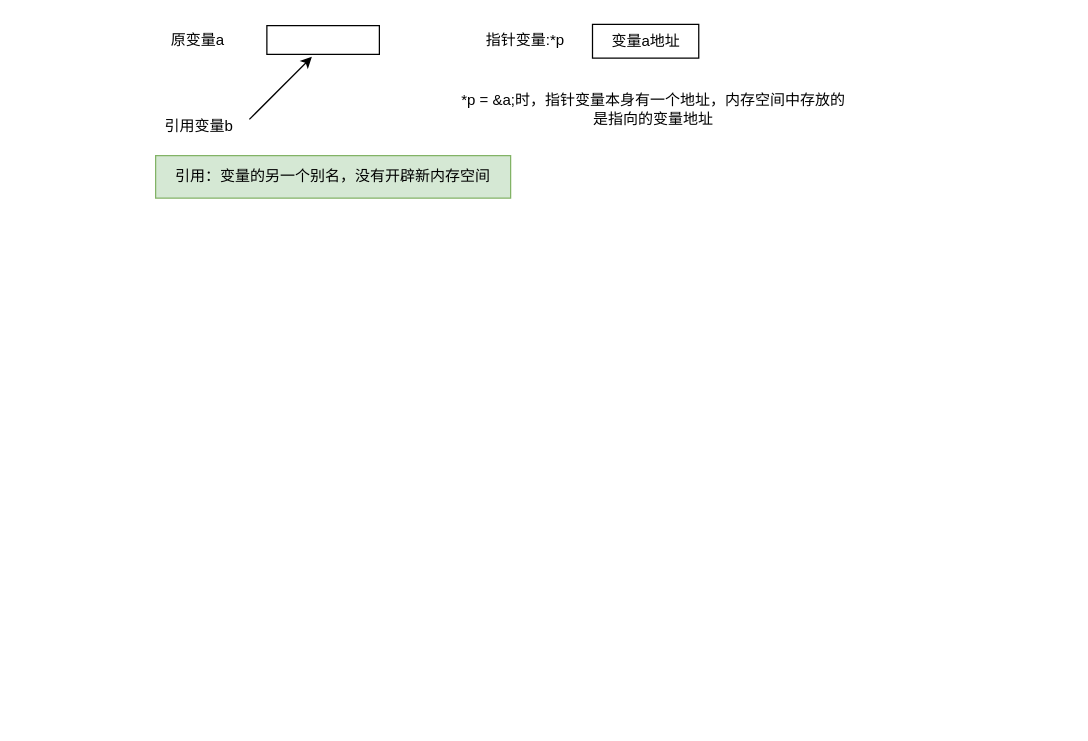
Earlier version of the draw.io diagram 未命名绘图.drawio (weibu01/a_drawio). Source tidied: cells renumbered, new cells numbered last; positions are measured from the earlier drawing's top-left corner, leaving out a move shared by most shapes. Both pictures are drawn from the tidied source at 125%, with x=0, y=0 at pixel (155, 20).
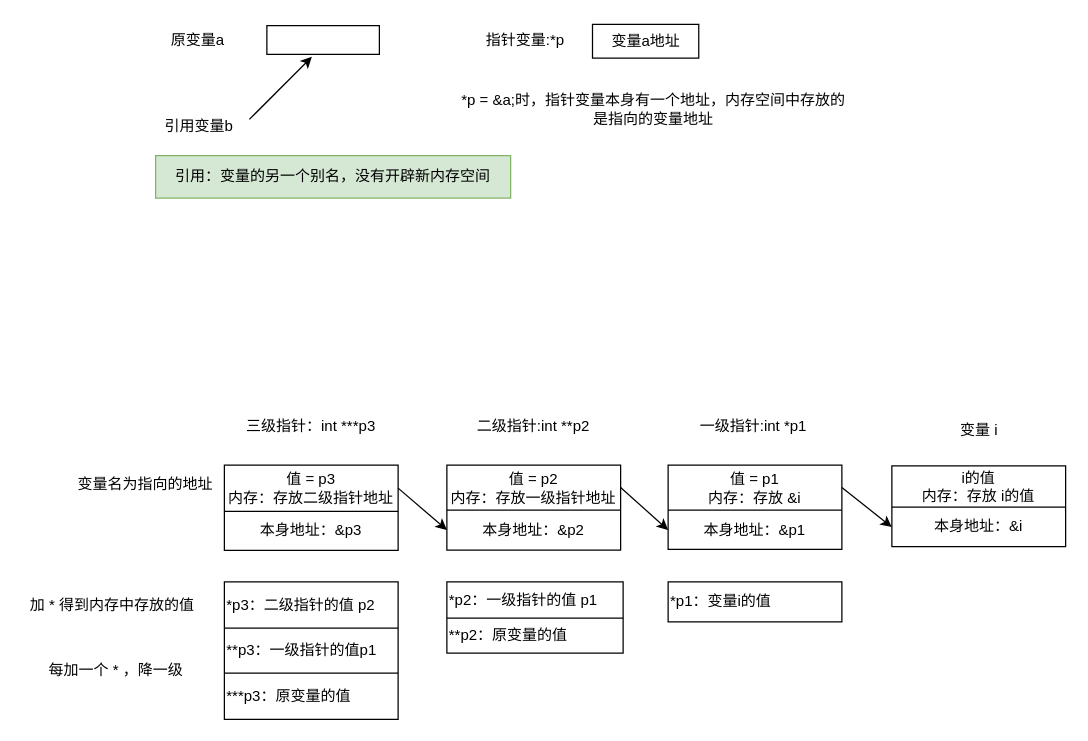
Above is the later version.

Commit message:
更新未命名绘图.drawio

Diff of the diagram source:
```diff
@@
+    <mxCell id="10" value="变量名为指向的地址" style="text;html=1;strokeColor=none;fillColor=none;align=center;verticalAlign=middle;whiteSpace=wrap;rounded=0;" parent="1" vertex="1">
+      <mxGeometry x="-69" y="358" width="122" height="26.5" as="geometry" />
+    </mxCell>
+    <mxCell id="11" value="加 * 得到内存中存放的值" style="text;html=1;strokeColor=none;fillColor=none;align=center;verticalAlign=middle;whiteSpace=wrap;rounded=0;" parent="1" vertex="1">
+      <mxGeometry x="-107" y="449" width="145" height="37" as="geometry" />
+    </mxCell>
+    <mxCell id="12" style="shape=table;startSize=0;childLayout=tableLayout;" parent="1" vertex="1">
+      <mxGeometry x="233" y="355.5" width="139" height="68" as="geometry" />
+    </mxCell>
+    <mxCell id="13" style="shape=tableRow;horizontal=0;startSize=0;swimlaneHead=0;swimlaneBody=0;strokeColor=inherit;top=0;left=0;bottom=0;right=0;fillColor=none;points=[[0,0.5],[1,0.5]];portConstraint=eastwest;" parent="12" vertex="1">
+      <mxGeometry width="139" height="36" as="geometry" />
+    </mxCell>
+    <mxCell id="14" value="值 = p2&lt;br&gt;内存：存放一级指针地址" style="shape=partialRectangle;html=1;whiteSpace=wrap;strokeColor=inherit;overflow=hidden;fillColor=none;top=0;left=0;bottom=0;right=0;" parent="13" vertex="1">
+      <mxGeometry width="139" height="36" as="geometry" />
+    </mxCell>
+    <mxCell id="15" style="shape=tableRow;horizontal=0;startSize=0;swimlaneHead=0;swimlaneBody=0;strokeColor=inherit;top=0;left=0;bottom=0;right=0;fillColor=none;points=[[0,0.5],[1,0.5]];portConstraint=eastwest;" parent="12" vertex="1">
+      <mxGeometry y="36" width="139" height="32" as="geometry" />
+    </mxCell>
+    <mxCell id="16" value="本身地址：&amp;amp;p2" style="shape=partialRectangle;html=1;whiteSpace=wrap;strokeColor=inherit;overflow=hidden;fillColor=none;top=0;left=0;bottom=0;right=0;" parent="15" vertex="1">
+      <mxGeometry width="139" height="32" as="geometry" />
+    </mxCell>
+    <mxCell id="17" style="shape=table;startSize=0;childLayout=tableLayout;" parent="1" vertex="1">
+      <mxGeometry x="410" y="355.5" width="139" height="67.5" as="geometry" />
+    </mxCell>
+    <mxCell id="18" style="shape=tableRow;horizontal=0;startSize=0;swimlaneHead=0;swimlaneBody=0;strokeColor=inherit;top=0;left=0;bottom=0;right=0;fillColor=none;points=[[0,0.5],[1,0.5]];portConstraint=eastwest;" parent="17" vertex="1">
+      <mxGeometry width="139" height="36" as="geometry" />
+    </mxCell>
+    <mxCell id="19" value="值 = p1&lt;br&gt;内存：存放 &amp;amp;i" style="shape=partialRectangle;html=1;whiteSpace=wrap;strokeColor=inherit;overflow=hidden;fillColor=none;top=0;left=0;bottom=0;right=0;" parent="18" vertex="1">
+      <mxGeometry width="139" height="36" as="geometry" />
+    </mxCell>
+    <mxCell id="20" style="shape=tableRow;horizontal=0;startSize=0;swimlaneHead=0;swimlaneBody=0;strokeColor=inherit;top=0;left=0;bottom=0;right=0;fillColor=none;points=[[0,0.5],[1,0.5]];portConstraint=eastwest;" parent="17" vertex="1">
+      <mxGeometry y="36" width="139" height="32" as="geometry" />
+    </mxCell>
+    <mxCell id="21" value="本身地址：&amp;amp;p1" style="shape=partialRectangle;html=1;whiteSpace=wrap;strokeColor=inherit;overflow=hidden;fillColor=none;top=0;left=0;bottom=0;right=0;" parent="20" vertex="1">
+      <mxGeometry width="139" height="32" as="geometry" />
+    </mxCell>
+    <mxCell id="22" style="endArrow=classic;html=1;rounded=0;entryX=0;entryY=0.5;entryDx=0;entryDy=0;exitX=1;exitY=0.5;exitDx=0;exitDy=0;" parent="1" edge="1" source="13" target="20">
+      <mxGeometry relative="1" as="geometry" />
+    </mxCell>
+    <mxCell id="23" style="shape=table;startSize=0;childLayout=tableLayout;" parent="1" vertex="1">
+      <mxGeometry x="55" y="355.5" width="139" height="68.2" as="geometry" />
+    </mxCell>
+    <mxCell id="24" style="shape=tableRow;horizontal=0;startSize=0;swimlaneHead=0;swimlaneBody=0;strokeColor=inherit;top=0;left=0;bottom=0;right=0;fillColor=none;points=[[0,0.5],[1,0.5]];portConstraint=eastwest;" parent="23" vertex="1">
+      <mxGeometry width="139" height="37" as="geometry" />
+    </mxCell>
+    <mxCell id="25" value="值 = p3&lt;br&gt;内存：存放二级指针地址" style="shape=partialRectangle;html=1;whiteSpace=wrap;strokeColor=inherit;overflow=hidden;fillColor=none;top=0;left=0;bottom=0;right=0;" parent="24" vertex="1">
+      <mxGeometry width="139" height="37" as="geometry" />
+    </mxCell>
+    <mxCell id="26" style="shape=tableRow;horizontal=0;startSize=0;swimlaneHead=0;swimlaneBody=0;strokeColor=inherit;top=0;left=0;bottom=0;right=0;fillColor=none;" parent="23" vertex="1">
+      <mxGeometry y="37" width="139" height="31" as="geometry" />
+    </mxCell>
+    <mxCell id="27" value="本身地址：&amp;amp;p3" style="shape=partialRectangle;html=1;whiteSpace=wrap;strokeColor=inherit;overflow=hidden;fillColor=none;top=0;left=0;bottom=0;right=0;" parent="26" vertex="1">
+      <mxGeometry width="139" height="31" as="geometry" />
+    </mxCell>
+    <mxCell id="28" style="endArrow=classic;html=1;rounded=0;exitX=1;exitY=0.5;exitDx=0;exitDy=0;entryX=0;entryY=0.5;entryDx=0;entryDy=0;" parent="1" edge="1" source="24" target="15">
+      <mxGeometry relative="1" as="geometry" />
+    </mxCell>
+    <mxCell id="29" value="一级指针:int *p1" style="text;html=1;strokeColor=none;fillColor=none;align=center;verticalAlign=middle;whiteSpace=wrap;rounded=0;" parent="1" vertex="1">
+      <mxGeometry x="424" y="315.5" width="109" height="18" as="geometry" />
+    </mxCell>
+    <mxCell id="30" value="二级指针:int **p2" style="text;html=1;strokeColor=none;fillColor=none;align=center;verticalAlign=middle;whiteSpace=wrap;rounded=0;" parent="1" vertex="1">
+      <mxGeometry x="247" y="314" width="111" height="21" as="geometry" />
+    </mxCell>
+    <mxCell id="31" value="三级指针：int ***p3" style="text;html=1;strokeColor=none;fillColor=none;align=center;verticalAlign=middle;whiteSpace=wrap;rounded=0;" parent="1" vertex="1">
+      <mxGeometry x="67" y="316" width="115" height="17" as="geometry" />
+    </mxCell>
+    <mxCell id="32" style="shape=table;startSize=0;childLayout=tableLayout;" parent="1" vertex="1">
+      <mxGeometry x="589" y="356.2" width="139" height="64.5" as="geometry" />
+    </mxCell>
+    <mxCell id="33" style="shape=tableRow;horizontal=0;startSize=0;swimlaneHead=0;swimlaneBody=0;strokeColor=inherit;top=0;left=0;bottom=0;right=0;fillColor=none;" parent="32" vertex="1">
+      <mxGeometry width="139" height="33" as="geometry" />
+    </mxCell>
+    <mxCell id="34" value="i的值&lt;br&gt;内存：存放 i的值" style="shape=partialRectangle;html=1;whiteSpace=wrap;strokeColor=inherit;overflow=hidden;fillColor=none;top=0;left=0;bottom=0;right=0;" parent="33" vertex="1">
+      <mxGeometry width="139" height="33" as="geometry" />
+    </mxCell>
+    <mxCell id="35" style="shape=tableRow;horizontal=0;startSize=0;swimlaneHead=0;swimlaneBody=0;strokeColor=inherit;top=0;left=0;bottom=0;right=0;fillColor=none;points=[[0,0.5],[1,0.5]];portConstraint=eastwest;" parent="32" vertex="1">
+      <mxGeometry y="33" width="139" height="32" as="geometry" />
+    </mxCell>
+    <mxCell id="36" value="本身地址：&amp;amp;i" style="shape=partialRectangle;html=1;whiteSpace=wrap;strokeColor=inherit;overflow=hidden;fillColor=none;top=0;left=0;bottom=0;right=0;" parent="35" vertex="1">
+      <mxGeometry width="139" height="32" as="geometry" />
+    </mxCell>
+    <mxCell id="37" style="endArrow=classic;html=1;rounded=0;entryX=0;entryY=0.5;entryDx=0;entryDy=0;exitX=1;exitY=0.5;exitDx=0;exitDy=0;" parent="1" edge="1" source="18" target="35">
+      <mxGeometry relative="1" as="geometry" />
+    </mxCell>
+    <mxCell id="38" value="变量 i" style="text;html=1;strokeColor=none;fillColor=none;align=center;verticalAlign=middle;whiteSpace=wrap;rounded=0;" parent="1" vertex="1">
+      <mxGeometry x="628.5" y="316" width="60" height="23" as="geometry" />
+    </mxCell>
+    <mxCell id="39" style="shape=table;startSize=0;childLayout=tableLayout;" parent="1" vertex="1">
+      <mxGeometry x="410" y="449" width="139" height="32" as="geometry" />
+    </mxCell>
+    <mxCell id="40" style="shape=tableRow;horizontal=0;startSize=0;swimlaneHead=0;swimlaneBody=0;strokeColor=inherit;top=0;left=0;bottom=0;right=0;fillColor=none;" parent="39" vertex="1">
+      <mxGeometry width="139" height="32" as="geometry" />
+    </mxCell>
+    <mxCell id="41" value="*p1：变量i的值" style="shape=partialRectangle;html=1;whiteSpace=wrap;strokeColor=inherit;overflow=hidden;fillColor=none;top=0;left=0;bottom=0;right=0;align=left;" parent="40" vertex="1">
+      <mxGeometry width="139" height="32" as="geometry" />
+    </mxCell>
+    <mxCell id="42" style="shape=table;startSize=0;childLayout=tableLayout;align=left;" parent="1" vertex="1">
+      <mxGeometry x="233" y="449" width="141" height="57" as="geometry" />
+    </mxCell>
+    <mxCell id="43" style="shape=tableRow;horizontal=0;startSize=0;swimlaneHead=0;swimlaneBody=0;strokeColor=inherit;top=0;left=0;bottom=0;right=0;fillColor=none;" parent="42" vertex="1">
+      <mxGeometry width="141" height="29" as="geometry" />
+    </mxCell>
+    <mxCell id="44" value="*p2：一级指针的值 p1" style="shape=partialRectangle;html=1;whiteSpace=wrap;strokeColor=inherit;overflow=hidden;fillColor=none;top=0;left=0;bottom=0;right=0;align=left;" parent="43" vertex="1">
+      <mxGeometry width="141" height="29" as="geometry" />
+    </mxCell>
+    <mxCell id="45" style="shape=tableRow;horizontal=0;startSize=0;swimlaneHead=0;swimlaneBody=0;strokeColor=inherit;top=0;left=0;bottom=0;right=0;fillColor=none;" parent="42" vertex="1">
+      <mxGeometry y="29" width="141" height="28" as="geometry" />
+    </mxCell>
+    <mxCell id="46" value="**p2：原变量的值" style="shape=partialRectangle;html=1;whiteSpace=wrap;strokeColor=inherit;overflow=hidden;fillColor=none;top=0;left=0;bottom=0;right=0;align=left;" parent="45" vertex="1">
+      <mxGeometry width="141" height="28" as="geometry" />
+    </mxCell>
+    <mxCell id="47" style="shape=table;startSize=0;childLayout=tableLayout;" parent="1" vertex="1">
+      <mxGeometry x="55" y="449" width="139" height="110" as="geometry" />
+    </mxCell>
+    <mxCell id="48" style="shape=tableRow;horizontal=0;startSize=0;swimlaneHead=0;swimlaneBody=0;strokeColor=inherit;top=0;left=0;bottom=0;right=0;fillColor=none;" parent="47" vertex="1">
+      <mxGeometry width="139" height="37" as="geometry" />
+    </mxCell>
+    <mxCell id="49" value="*p3：二级指针的值 p2" style="shape=partialRectangle;html=1;whiteSpace=wrap;strokeColor=inherit;overflow=hidden;fillColor=none;top=0;left=0;bottom=0;right=0;align=left;" parent="48" vertex="1">
+      <mxGeometry width="139" height="37" as="geometry" />
+    </mxCell>
+    <mxCell id="50" style="shape=tableRow;horizontal=0;startSize=0;swimlaneHead=0;swimlaneBody=0;strokeColor=inherit;top=0;left=0;bottom=0;right=0;fillColor=none;" parent="47" vertex="1">
+      <mxGeometry y="37" width="139" height="36" as="geometry" />
+    </mxCell>
+    <mxCell id="51" value="**p3：一级指针的值p1" style="shape=partialRectangle;html=1;whiteSpace=wrap;strokeColor=inherit;overflow=hidden;fillColor=none;top=0;left=0;bottom=0;right=0;align=left;" parent="50" vertex="1">
+      <mxGeometry width="139" height="36" as="geometry" />
+    </mxCell>
+    <mxCell id="52" style="shape=tableRow;horizontal=0;startSize=0;swimlaneHead=0;swimlaneBody=0;strokeColor=inherit;top=0;left=0;bottom=0;right=0;fillColor=none;" parent="47" vertex="1">
+      <mxGeometry y="73" width="139" height="37" as="geometry" />
+    </mxCell>
+    <mxCell id="53" value="***p3：原变量的值" style="shape=partialRectangle;html=1;whiteSpace=wrap;strokeColor=inherit;overflow=hidden;fillColor=none;top=0;left=0;bottom=0;right=0;align=left;" parent="52" vertex="1">
+      <mxGeometry width="139" height="37" as="geometry" />
+    </mxCell>
+    <mxCell id="54" value="每加一个 * ，降一级" style="text;html=1;strokeColor=none;fillColor=none;align=center;verticalAlign=middle;whiteSpace=wrap;rounded=0;" parent="1" vertex="1">
+      <mxGeometry x="-88" y="509" width="113" height="21" as="geometry" />
+    </mxCell>
```
